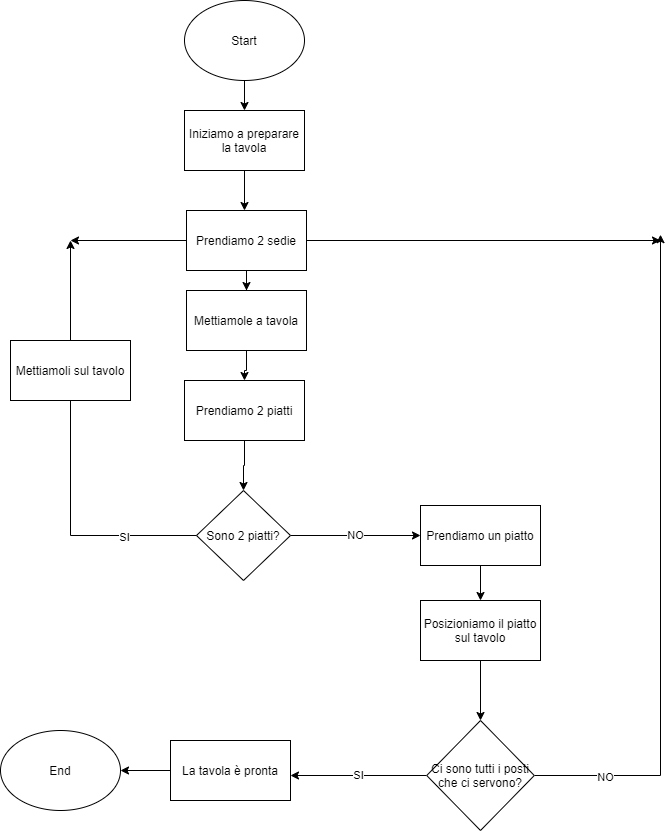
Before: Img/Contare i posti a tavola di 2 in 2.png, a diagram exported from draw.io (davidemontagna/human-code). Source tidied: cells renumbered, new cells last; positions are measured from the earlier drawing's top-left corner, leaving out a move shared by most shapes.
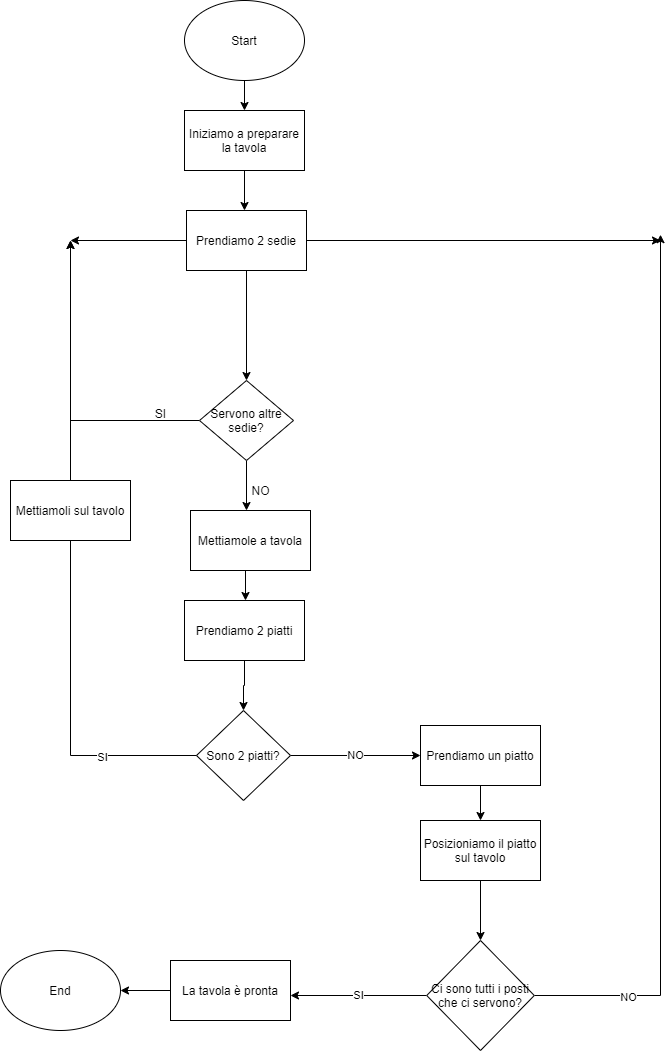
Later version of the same file.

Commit message:
Esercizio finale

Diff of the diagram source:
```diff
@@ -6,31 +6,31 @@
       <mxGeometry relative="1" as="geometry" />
     </mxCell>
     <mxCell id="3" value="Start" style="ellipse;whiteSpace=wrap;html=1;" parent="1" vertex="1">
-      <mxGeometry x="184" width="120" height="80" as="geometry" />
+      <mxGeometry x="184" y="-220" width="120" height="80" as="geometry" />
     </mxCell>
     <mxCell id="4" style="edgeStyle=orthogonalEdgeStyle;rounded=0;jettySize=auto;html=1;" parent="1" edge="1" source="5">
       <mxGeometry relative="1" as="geometry">
-        <mxPoint x="244" y="210" as="targetPoint" />
+        <mxPoint x="244" y="-10" as="targetPoint" />
       </mxGeometry>
     </mxCell>
     <mxCell id="5" value="Iniziamo a preparare la tavola" style="rounded=0;whiteSpace=wrap;html=1;" parent="1" vertex="1">
-      <mxGeometry x="184" y="110" width="120" height="60" as="geometry" />
+      <mxGeometry x="184" y="-110" width="120" height="60" as="geometry" />
     </mxCell>
     <mxCell id="6" style="edgeStyle=orthogonalEdgeStyle;rounded=0;jettySize=auto;html=1;" parent="1" edge="1" source="9">
       <mxGeometry relative="1" as="geometry">
-        <mxPoint x="660" y="240" as="targetPoint" />
+        <mxPoint x="660" y="20" as="targetPoint" />
       </mxGeometry>
     </mxCell>
     <mxCell id="7" style="edgeStyle=orthogonalEdgeStyle;rounded=0;jettySize=auto;html=1;" parent="1" edge="1" source="9">
       <mxGeometry relative="1" as="geometry">
-        <mxPoint x="70" y="240" as="targetPoint" />
+        <mxPoint x="70" y="20" as="targetPoint" />
       </mxGeometry>
     </mxCell>
-    <mxCell id="8" style="edgeStyle=orthogonalEdgeStyle;rounded=0;jettySize=auto;html=1;entryX=0.5;entryY=0;entryDx=0;entryDy=0;" parent="1" edge="1" source="9" target="30">
-      <mxGeometry relative="1" as="geometry" />
-    </mxCell>
+    <mxCell id="31" style="edgeStyle=orthogonalEdgeStyle;rounded=0;jettySize=auto;html=1;entryX=0.5;entryY=0;entryDx=0;entryDy=0;" parent="1" edge="1" source="9" target="34">
+      <mxGeometry relative="1" as="geometry" />
+    </mxCell>
     <mxCell id="9" value="Prendiamo 2 sedie" style="whiteSpace=wrap;html=1;" parent="1" vertex="1">
-      <mxGeometry x="186" y="210" width="120" height="60" as="geometry" />
+      <mxGeometry x="186" y="-10" width="120" height="60" as="geometry" />
     </mxCell>
     <mxCell id="10" style="edgeStyle=orthogonalEdgeStyle;rounded=0;jettySize=auto;html=1;" parent="1" edge="1" source="11">
       <mxGeometry relative="1" as="geometry">
@@ -40,15 +40,17 @@
     <mxCell id="11" value="Prendiamo un piatto" style="whiteSpace=wrap;html=1;" parent="1" vertex="1">
       <mxGeometry x="420" y="505" width="120" height="60" as="geometry" />
     </mxCell>
-    <mxCell id="12" style="edgeStyle=orthogonalEdgeStyle;rounded=0;jettySize=auto;html=1;entryX=0.5;entryY=0;entryDx=0;entryDy=0;" parent="1" edge="1" source="13" target="16">
-      <mxGeometry relative="1" as="geometry" />
+    <mxCell id="12" style="edgeStyle=orthogonalEdgeStyle;rounded=0;jettySize=auto;html=1;entryX=0.5;entryY=0;entryDx=0;entryDy=0;" parent="1" edge="1" target="16">
+      <mxGeometry relative="1" as="geometry">
+        <mxPoint x="244" y="440" as="sourcePoint" />
+      </mxGeometry>
     </mxCell>
     <mxCell id="13" value="Prendiamo 2 piatti" style="whiteSpace=wrap;html=1;" parent="1" vertex="1">
       <mxGeometry x="184" y="380" width="120" height="60" as="geometry" />
     </mxCell>
     <mxCell id="14" style="edgeStyle=orthogonalEdgeStyle;rounded=0;jettySize=auto;html=1;startArrow=none;" parent="1" edge="1" source="26">
       <mxGeometry relative="1" as="geometry">
-        <mxPoint x="70" y="240" as="targetPoint" />
+        <mxPoint x="70" y="20" as="targetPoint" />
       </mxGeometry>
     </mxCell>
     <mxCell id="15" value="NO" style="edgeStyle=orthogonalEdgeStyle;rounded=0;jettySize=auto;html=1;entryX=0;entryY=0.5;entryDx=0;entryDy=0;" parent="1" edge="1" source="16" target="11">
@@ -65,7 +67,7 @@
     </mxCell>
     <mxCell id="19" style="edgeStyle=orthogonalEdgeStyle;rounded=0;jettySize=auto;html=1;" parent="1" edge="1" source="22">
       <mxGeometry relative="1" as="geometry">
-        <mxPoint x="660" y="234.2" as="targetPoint" />
+        <mxPoint x="660" y="14.2" as="targetPoint" />
       </mxGeometry>
     </mxCell>
     <mxCell id="20" value="NO" style="edgeLabel;html=1;align=center;verticalAlign=middle;" parent="19" vertex="1">
@@ -91,7 +93,7 @@
       <mxGeometry y="730" width="120" height="80" as="geometry" />
     </mxCell>
     <mxCell id="26" value="Mettiamoli sul tavolo" style="rounded=0;whiteSpace=wrap;html=1;" parent="1" vertex="1">
-      <mxGeometry x="10" y="340" width="120" height="60" as="geometry" />
+      <mxGeometry x="10" y="260" width="120" height="60" as="geometry" />
     </mxCell>
     <mxCell id="27" style="edgeStyle=orthogonalEdgeStyle;rounded=0;jettySize=auto;html=1;endArrow=none;" parent="1" edge="1" source="16" target="26">
       <mxGeometry relative="1" as="geometry" />
@@ -99,11 +101,33 @@
     <mxCell id="28" value="SI" style="edgeLabel;html=1;align=center;verticalAlign=middle;" parent="27" vertex="1">
       <mxGeometry x="-0.44" y="1" relative="1" as="geometry" />
     </mxCell>
-    <mxCell id="29" style="edgeStyle=orthogonalEdgeStyle;rounded=0;jettySize=auto;html=1;entryX=0.5;entryY=0;entryDx=0;entryDy=0;" parent="1" edge="1" source="30" target="13">
-      <mxGeometry relative="1" as="geometry" />
-    </mxCell>
+    <mxCell id="32" style="edgeStyle=orthogonalEdgeStyle;rounded=0;jettySize=auto;html=1;" parent="1" edge="1" source="34">
+      <mxGeometry relative="1" as="geometry">
+        <mxPoint x="70" y="20" as="targetPoint" />
+      </mxGeometry>
+    </mxCell>
+    <mxCell id="33" style="edgeStyle=orthogonalEdgeStyle;rounded=0;jettySize=auto;html=1;" parent="1" edge="1" source="34">
+      <mxGeometry relative="1" as="geometry">
+        <mxPoint x="246" y="290" as="targetPoint" />
+      </mxGeometry>
+    </mxCell>
+    <mxCell id="34" value="Servono altre sedie?" style="rhombus;whiteSpace=wrap;html=1;" parent="1" vertex="1">
+      <mxGeometry x="199" y="160" width="94" height="80" as="geometry" />
+    </mxCell>
+    <mxCell id="35" value="SI" style="text;html=1;align=center;verticalAlign=middle;strokeColor=none;fillColor=none;" parent="1" vertex="1">
+      <mxGeometry x="145" y="183" width="30" height="20" as="geometry" />
+    </mxCell>
+    <mxCell id="36" value="NO" style="text;html=1;align=center;verticalAlign=middle;strokeColor=none;fillColor=none;" parent="1" vertex="1">
+      <mxGeometry x="245" y="260" width="30" height="20" as="geometry" />
+    </mxCell>
+    <mxCell id="37" style="edgeStyle=orthogonalEdgeStyle;rounded=0;orthogonalLoop=1;jettySize=auto;html=1;entryX=0.55;entryY=0;entryDx=0;entryDy=0;entryPerimeter=0;" parent="1" edge="1">
+      <mxGeometry relative="1" as="geometry">
+        <mxPoint x="245" y="350" as="sourcePoint" />
+        <mxPoint x="245" y="380" as="targetPoint" />
+      </mxGeometry>
+    </mxCell>
     <mxCell id="30" value="Mettiamole a tavola" style="whiteSpace=wrap;html=1;" parent="1" vertex="1">
-      <mxGeometry x="186" y="290" width="120" height="60" as="geometry" />
+      <mxGeometry x="190" y="290" width="120" height="60" as="geometry" />
     </mxCell>
   </root>
 </mxGraphModel>
```
